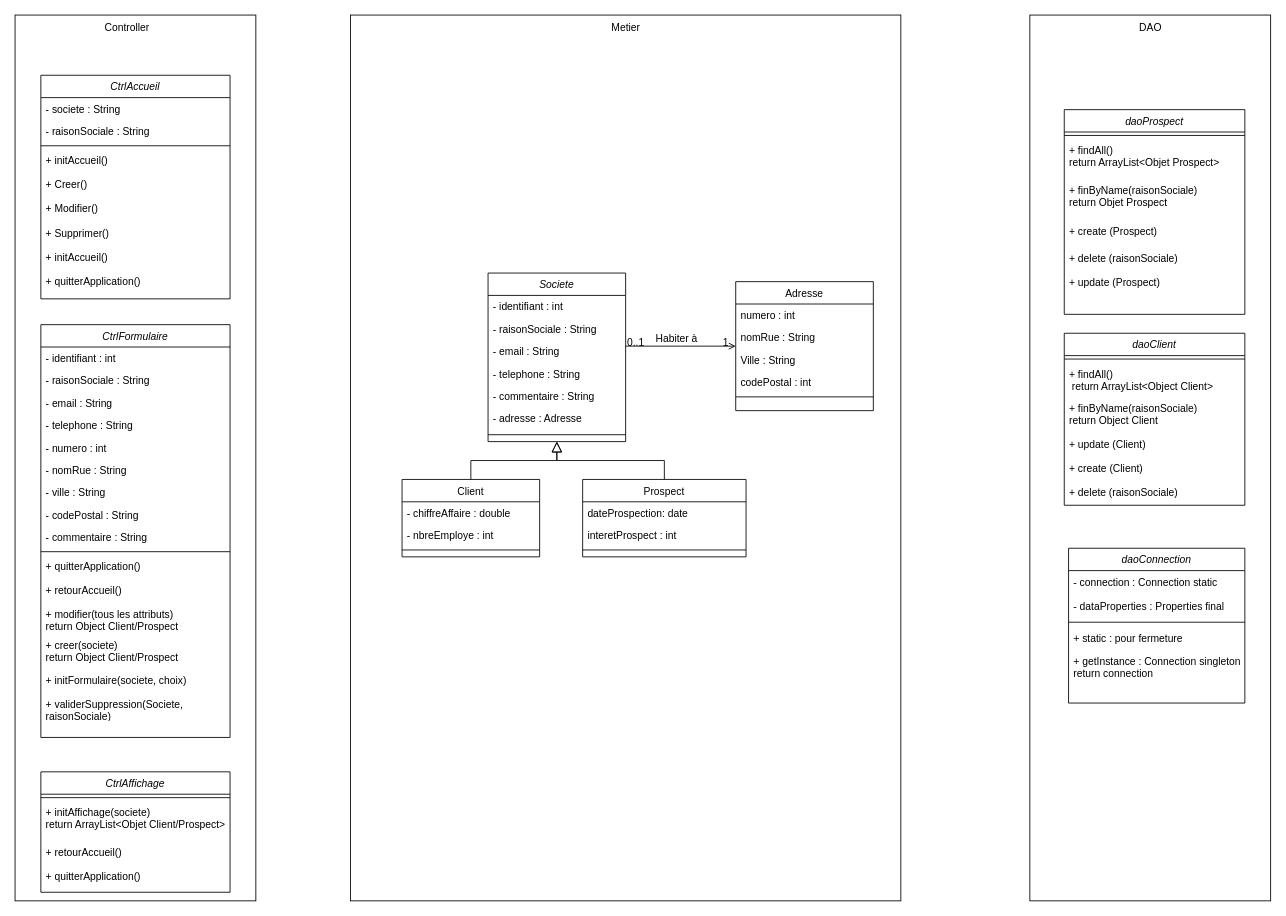
MichelLafontaine/ECF_POO keeps this draw.io diagram as Conception/Diagramme de classe.drawio. Above is the earlier version. Source tidied: cells renumbered, new cells numbered last; positions are measured from the earlier drawing's top-left corner, leaving out a move shared by most shapes. Both pictures are drawn from the tidied source at 86%, with x=0, y=0 at pixel (15, 15).
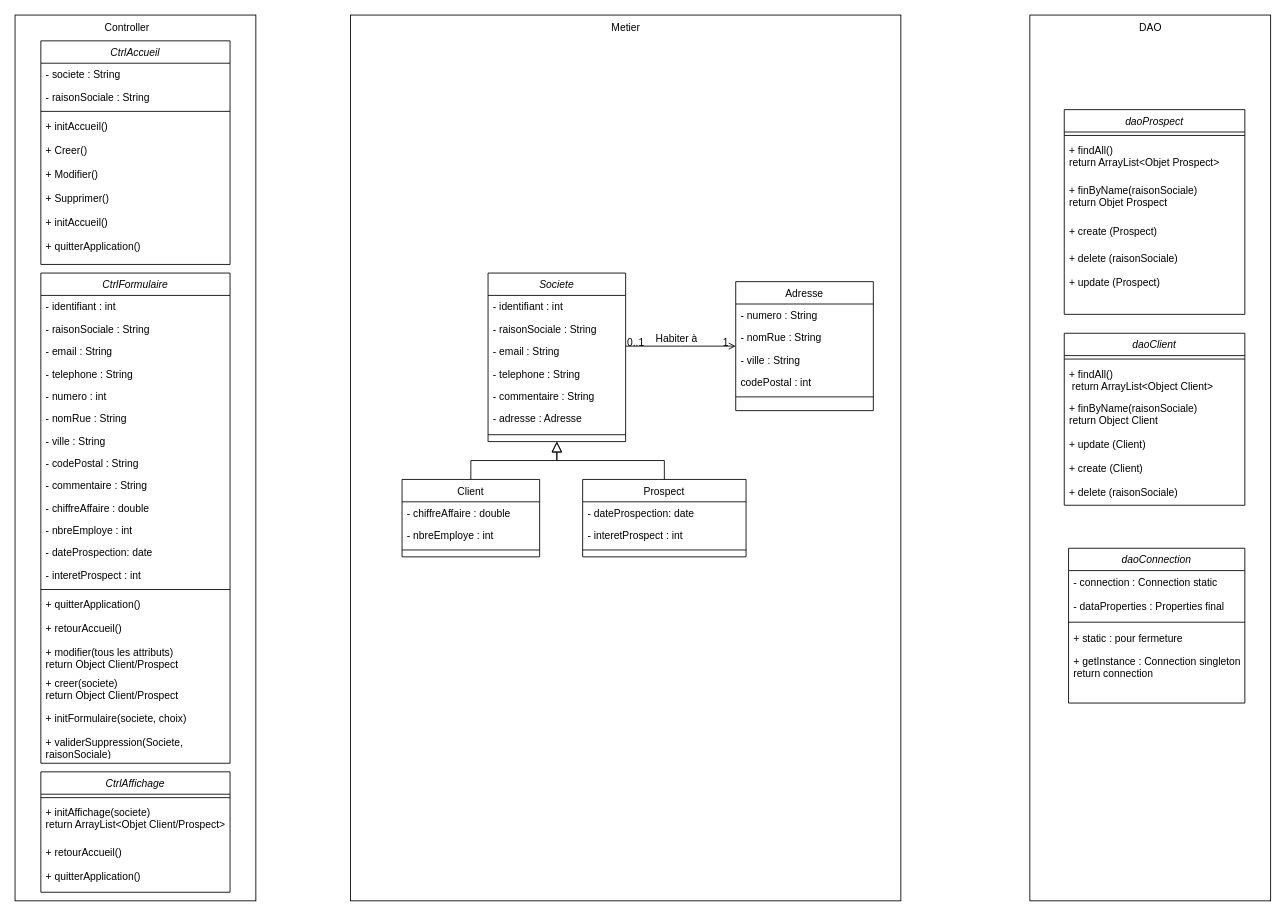
The same diagram, later.

Commit message (it also covers changes not shown here):
Modification mineure diagramme de classe, dev démarrer, création classe métier, tests, et log

The change refers to these unchanged cells:
```xml
<mxCell id="18" value="Prospect" style="swimlane;fontStyle=0;align=center;verticalAlign=top;horizontal=1;startSize=26;rounded=0;shadow=0;strokeWidth=1;" parent="1" vertex="1">
  <mxGeometry x="660" y="540" width="190" height="90" as="geometry" />
</mxCell>
<mxCell id="23" value="Adresse" style="swimlane;fontStyle=0;align=center;verticalAlign=top;horizontal=1;startSize=26;rounded=0;shadow=0;strokeWidth=1;" parent="1" vertex="1">
  <mxGeometry x="838" y="310" width="160" height="150" as="geometry" />
</mxCell>
```

Diff of the diagram source:
```diff
@@
-    <mxCell id="19" value="dateProspection: date" style="text;align=left;verticalAlign=top;spacingLeft=4;spacingRight=4;overflow=hidden;" parent="18" vertex="1">
+    <mxCell id="19" value="- dateProspection: date" style="text;align=left;verticalAlign=top;spacingLeft=4;spacingRight=4;overflow=hidden;" parent="18" vertex="1">
       <mxGeometry y="26" width="190" height="26" as="geometry" />
     </mxCell>
-    <mxCell id="20" value="interetProspect : int" style="text;align=left;verticalAlign=top;spacingLeft=4;spacingRight=4;overflow=hidden;" parent="18" vertex="1">
+    <mxCell id="20" value="- interetProspect : int" style="text;align=left;verticalAlign=top;spacingLeft=4;spacingRight=4;overflow=hidden;" parent="18" vertex="1">
       <mxGeometry y="52" width="190" height="26" as="geometry" />
     </mxCell>
@@
-    <mxCell id="24" value="numero : int" style="text;align=left;verticalAlign=top;spacingLeft=4;spacingRight=4;overflow=hidden;" parent="23" vertex="1">
+    <mxCell id="24" value="- numero : String" style="text;align=left;verticalAlign=top;spacingLeft=4;spacingRight=4;overflow=hidden;" parent="23" vertex="1">
       <mxGeometry y="26" width="160" height="26" as="geometry" />
     </mxCell>
-    <mxCell id="25" value="nomRue : String" style="text;align=left;verticalAlign=top;spacingLeft=4;spacingRight=4;overflow=hidden;rounded=0;shadow=0;html=0;" parent="23" vertex="1">
+    <mxCell id="25" value="- nomRue : String" style="text;align=left;verticalAlign=top;spacingLeft=4;spacingRight=4;overflow=hidden;rounded=0;shadow=0;html=0;" parent="23" vertex="1">
       <mxGeometry y="52" width="160" height="26" as="geometry" />
     </mxCell>
-    <mxCell id="26" value="Ville : String" style="text;align=left;verticalAlign=top;spacingLeft=4;spacingRight=4;overflow=hidden;rounded=0;shadow=0;html=0;" parent="23" vertex="1">
+    <mxCell id="26" value="- ville : String" style="text;align=left;verticalAlign=top;spacingLeft=4;spacingRight=4;overflow=hidden;rounded=0;shadow=0;html=0;" parent="23" vertex="1">
       <mxGeometry y="78" width="160" height="26" as="geometry" />
     </mxCell>
@@
     <mxCell id="33" value="CtrlAccueil" style="swimlane;fontStyle=2;align=center;verticalAlign=top;horizontal=1;startSize=26;rounded=0;shadow=0;strokeWidth=1;" parent="1" vertex="1">
-      <mxGeometry x="30" y="70" width="220" height="260" as="geometry" />
+      <mxGeometry x="30" y="30" width="220" height="260" as="geometry" />
     </mxCell>
@@
     <mxCell id="43" value="CtrlFormulaire" style="swimlane;fontStyle=2;align=center;verticalAlign=top;horizontal=1;startSize=26;rounded=0;shadow=0;strokeWidth=1;" parent="1" vertex="1">
-      <mxGeometry x="30" y="360" width="220" height="480" as="geometry" />
+      <mxGeometry x="30" y="300" width="220" height="570" as="geometry" />
     </mxCell>
@@
+    <mxCell id="88" value="- chiffreAffaire : double" style="text;align=left;verticalAlign=top;spacingLeft=4;spacingRight=4;overflow=hidden;" parent="43" vertex="1">
+      <mxGeometry y="260" width="220" height="26" as="geometry" />
+    </mxCell>
+    <mxCell id="89" value="- nbreEmploye : int" style="text;align=left;verticalAlign=top;spacingLeft=4;spacingRight=4;overflow=hidden;rounded=0;shadow=0;html=0;" parent="43" vertex="1">
+      <mxGeometry y="286" width="220" height="26" as="geometry" />
+    </mxCell>
+    <mxCell id="90" value="- dateProspection: date" style="text;align=left;verticalAlign=top;spacingLeft=4;spacingRight=4;overflow=hidden;" parent="43" vertex="1">
+      <mxGeometry y="312" width="220" height="26" as="geometry" />
+    </mxCell>
+    <mxCell id="91" value="- interetProspect : int" style="text;align=left;verticalAlign=top;spacingLeft=4;spacingRight=4;overflow=hidden;" parent="43" vertex="1">
+      <mxGeometry y="338" width="220" height="26" as="geometry" />
+    </mxCell>
     <mxCell id="53" style="line;html=1;strokeWidth=1;align=left;verticalAlign=middle;spacingTop=-1;spacingLeft=3;spacingRight=3;labelPosition=right;" parent="43" vertex="1">
-      <mxGeometry y="260" width="220" height="8" as="geometry" />
+      <mxGeometry y="364" width="220" height="8" as="geometry" />
     </mxCell>
     <mxCell id="54" value="+ quitterApplication()" style="text;align=left;verticalAlign=top;spacingLeft=4;spacingRight=4;overflow=hidden;" parent="43" vertex="1">
-      <mxGeometry y="268" width="220" height="28" as="geometry" />
+      <mxGeometry y="372" width="220" height="28" as="geometry" />
     </mxCell>
     <mxCell id="55" value="+ retourAccueil()" style="text;align=left;verticalAlign=top;spacingLeft=4;spacingRight=4;overflow=hidden;" parent="43" vertex="1">
-      <mxGeometry y="296" width="220" height="28" as="geometry" />
+      <mxGeometry y="400" width="220" height="28" as="geometry" />
     </mxCell>
     <mxCell id="56" value="+ modifier(tous les attributs)&#10;return Object Client/Prospect" style="text;align=left;verticalAlign=top;spacingLeft=4;spacingRight=4;overflow=hidden;" parent="43" vertex="1">
-      <mxGeometry y="324" width="220" height="36" as="geometry" />
+      <mxGeometry y="428" width="220" height="36" as="geometry" />
     </mxCell>
     <mxCell id="57" value="+ creer(societe)&#10;return Object Client/Prospect" style="text;align=left;verticalAlign=top;spacingLeft=4;spacingRight=4;overflow=hidden;" parent="43" vertex="1">
-      <mxGeometry y="360" width="220" height="40" as="geometry" />
+      <mxGeometry y="464" width="220" height="40" as="geometry" />
     </mxCell>
     <mxCell id="58" value="+ initFormulaire(societe, choix)" style="text;align=left;verticalAlign=top;spacingLeft=4;spacingRight=4;overflow=hidden;" parent="43" vertex="1">
-      <mxGeometry y="400" width="220" height="28" as="geometry" />
+      <mxGeometry y="504" width="220" height="28" as="geometry" />
     </mxCell>
     <mxCell id="59" value="+ validerSuppression(Societe,&#10;raisonSociale)" style="text;align=left;verticalAlign=top;spacingLeft=4;spacingRight=4;overflow=hidden;" parent="43" vertex="1">
-      <mxGeometry y="428" width="220" height="28" as="geometry" />
+      <mxGeometry y="532" width="220" height="28" as="geometry" />
     </mxCell>
```
